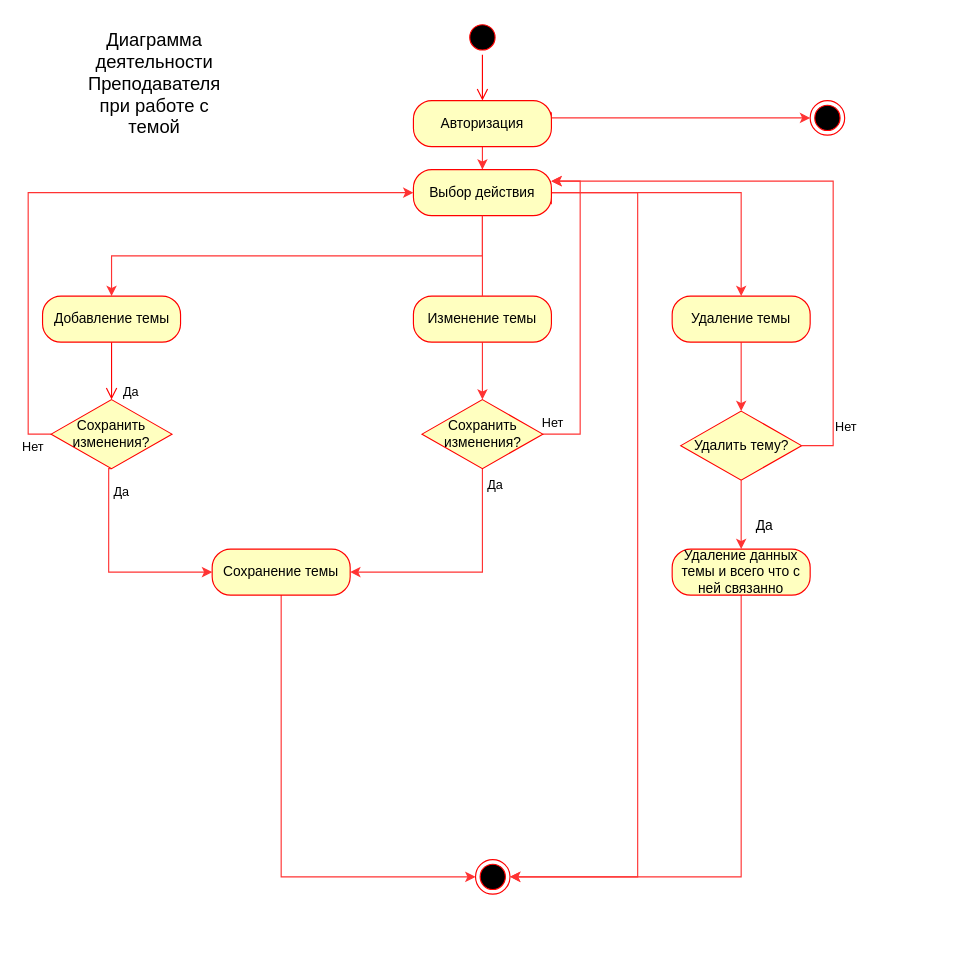
FaridunSalimzoda/myvkr keeps this draw.io diagram as page "Activity topic - Teacher" (9 of 11) of UML.drawio. Above is the earlier version. Source tidied: cells renumbered, new cells numbered last; positions are measured from the earlier drawing's top-left corner, leaving out a move shared by most shapes. Both pictures are drawn from the tidied source at 115%, with x=0, y=0 at pixel (41, 20).
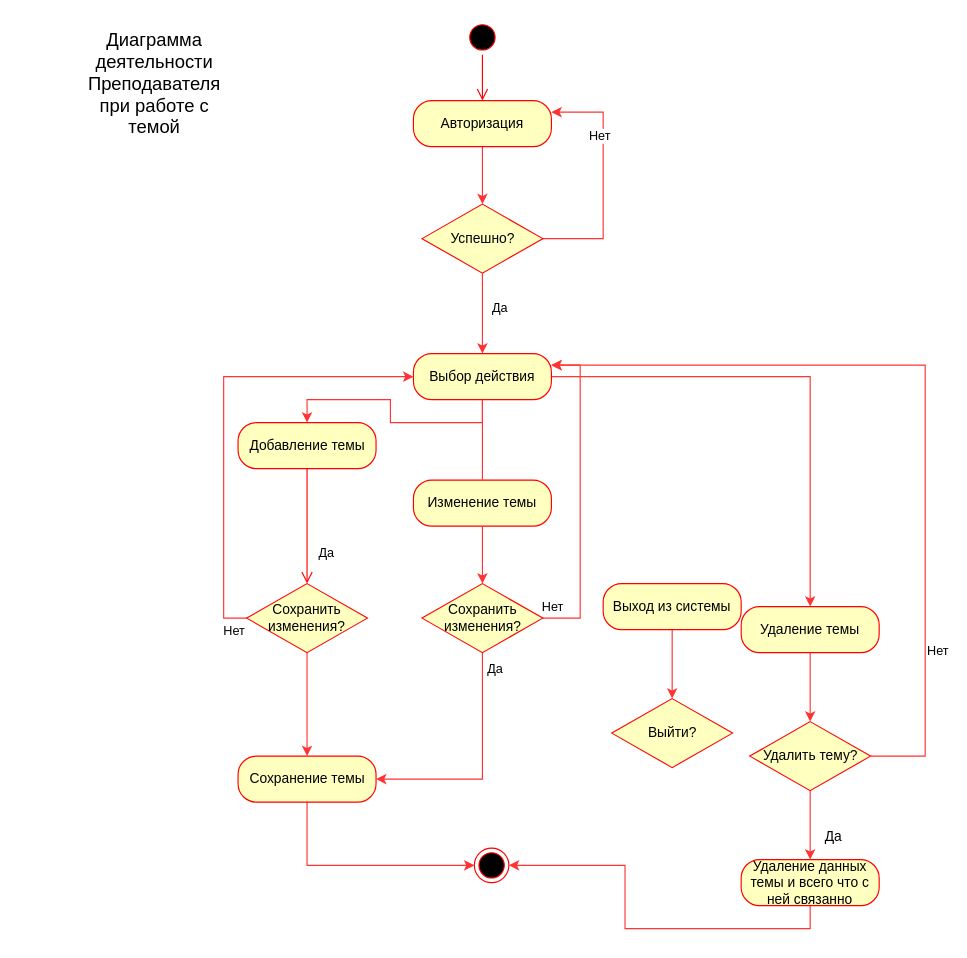
The same diagram, later.

Unchanged cells that the change refers to:
```xml
<mxCell id="6" value="Авторизация" style="rounded=1;whiteSpace=wrap;html=1;arcSize=40;fontColor=#000000;fillColor=#ffffc0;strokeColor=#ff0000;" parent="1" vertex="1">
  <mxGeometry x="323" y="70" width="120" height="40" as="geometry" />
</mxCell>
```

What changed in the source:
```diff
@@
-    <mxCell id="4" style="edgeStyle=orthogonalEdgeStyle;rounded=0;jettySize=auto;html=1;exitX=0.5;exitY=1;exitDx=0;exitDy=0;strokeColor=#FF3333;" parent="1" edge="1" source="6" target="11">
+    <mxCell id="4" style="edgeStyle=orthogonalEdgeStyle;rounded=0;jettySize=auto;html=1;exitX=0.5;exitY=1;exitDx=0;exitDy=0;strokeColor=#FF3333;entryX=0.5;entryY=0;entryDx=0;entryDy=0;" parent="1" edge="1" source="6" target="43">
       <mxGeometry relative="1" as="geometry" />
     </mxCell>
-    <mxCell id="5" style="edgeStyle=orthogonalEdgeStyle;rounded=0;jettySize=auto;html=1;exitX=1;exitY=0.25;exitDx=0;exitDy=0;entryX=0;entryY=0.5;entryDx=0;entryDy=0;strokeColor=#FF3333;" parent="1" edge="1" source="6" target="20">
-      <mxGeometry relative="1" as="geometry">
-        <Array as="points">
-          <mxPoint x="443" y="85" />
-        </Array>
-      </mxGeometry>
-    </mxCell>
@@
     <mxCell id="8" style="edgeStyle=orthogonalEdgeStyle;rounded=0;jettySize=auto;html=1;strokeColor=#FF3333;startArrow=none;" parent="1" edge="1" source="39">
       <mxGeometry relative="1" as="geometry">
-        <mxPoint x="388" y="250" as="targetPoint" />
+        <mxPoint x="388" y="410" as="targetPoint" />
         <Array as="points">
-          <mxPoint x="383" y="250" />
+          <mxPoint x="383" y="410" />
         </Array>
       </mxGeometry>
     </mxCell>
@@
-    <mxCell id="10" style="edgeStyle=orthogonalEdgeStyle;rounded=0;jettySize=auto;html=1;exitX=1;exitY=0.75;exitDx=0;exitDy=0;entryX=1;entryY=0.5;entryDx=0;entryDy=0;strokeColor=#FF3333;" parent="1" edge="1" source="11" target="13">
-      <mxGeometry relative="1" as="geometry">
-        <Array as="points">
-          <mxPoint x="443" y="150" />
-          <mxPoint x="518" y="150" />
-          <mxPoint x="518" y="745" />
-        </Array>
-      </mxGeometry>
-    </mxCell>
     <mxCell id="11" value="Выбор действия" style="rounded=1;whiteSpace=wrap;html=1;arcSize=40;fontColor=#000000;fillColor=#ffffc0;strokeColor=#ff0000;" parent="1" vertex="1">
-      <mxGeometry x="323" y="130" width="120" height="40" as="geometry" />
+      <mxGeometry x="323" y="290" width="120" height="40" as="geometry" />
     </mxCell>
@@
     <mxCell id="13" style="ellipse;html=1;shape=endState;fillColor=#000000;strokeColor=#ff0000;" parent="1" vertex="1">
-      <mxGeometry x="377" y="730" width="30" height="30" as="geometry" />
+      <mxGeometry x="376" y="720" width="30" height="30" as="geometry" />
     </mxCell>
@@
-    <mxCell id="15" style="edgeStyle=orthogonalEdgeStyle;rounded=0;jettySize=auto;html=1;exitX=0.5;exitY=1;exitDx=0;exitDy=0;strokeColor=#FF3333;entryX=0;entryY=0.5;entryDx=0;entryDy=0;" parent="1" edge="1" source="19" target="23">
-      <mxGeometry relative="1" as="geometry">
-        <Array as="points">
-          <mxPoint x="58" y="390" />
-          <mxPoint x="58" y="480" />
-        </Array>
-      </mxGeometry>
-    </mxCell>
-    <mxCell id="16" value="Да" style="edgeLabel;html=1;align=center;verticalAlign=middle;" parent="15" vertex="1">
-      <mxGeometry x="-0.63" y="-1" relative="1" as="geometry">
-        <mxPoint x="11" y="-12" as="offset" />
-      </mxGeometry>
-    </mxCell>
@@
+    <mxCell id="15" style="edgeStyle=orthogonalEdgeStyle;rounded=0;jettySize=auto;html=1;exitX=0.5;exitY=1;exitDx=0;exitDy=0;strokeColor=#FF3333;" parent="1" edge="1" source="19" target="23">
+      <mxGeometry relative="1" as="geometry" />
+    </mxCell>
     <mxCell id="19" value="Сохранить изменения?" style="rhombus;whiteSpace=wrap;html=1;fillColor=#ffffc0;strokeColor=#ff0000;" parent="1" vertex="1">
-      <mxGeometry x="8" y="330" width="105" height="60" as="geometry" />
+      <mxGeometry x="178" y="490" width="105" height="60" as="geometry" />
     </mxCell>
-    <mxCell id="20" style="ellipse;html=1;shape=endState;fillColor=#000000;strokeColor=#ff0000;" parent="1" vertex="1">
-      <mxGeometry x="668" y="70" width="30" height="30" as="geometry" />
-    </mxCell>
     <mxCell id="21" value="Добавление темы" style="rounded=1;whiteSpace=wrap;html=1;arcSize=40;fontColor=#000000;fillColor=#ffffc0;strokeColor=#ff0000;" parent="1" vertex="1">
-      <mxGeometry x="0.5" y="240" width="120" height="40" as="geometry" />
+      <mxGeometry x="170.5" y="350" width="120" height="40" as="geometry" />
     </mxCell>
@@
     <mxCell id="23" value="Сохранение темы" style="rounded=1;whiteSpace=wrap;html=1;arcSize=40;fontColor=#000000;fillColor=#ffffc0;strokeColor=#ff0000;" parent="1" vertex="1">
-      <mxGeometry x="148" y="460" width="120" height="40" as="geometry" />
+      <mxGeometry x="170.5" y="640" width="120" height="40" as="geometry" />
     </mxCell>
@@
     <mxCell id="25" style="edgeStyle=orthogonalEdgeStyle;rounded=0;jettySize=auto;html=1;exitX=1;exitY=0.5;exitDx=0;exitDy=0;entryX=1;entryY=0.25;entryDx=0;entryDy=0;strokeColor=#FF3333;" parent="1" edge="1" source="29" target="11">
       <mxGeometry relative="1" as="geometry">
         <Array as="points">
-          <mxPoint x="468" y="360" />
-          <mxPoint x="468" y="140" />
+          <mxPoint x="468" y="520" />
+          <mxPoint x="468" y="300" />
         </Array>
       </mxGeometry>
     </mxCell>
@@
     <mxCell id="29" value="Сохранить изменения?" style="rhombus;whiteSpace=wrap;html=1;fillColor=#ffffc0;strokeColor=#ff0000;" parent="1" vertex="1">
-      <mxGeometry x="330.5" y="330" width="105" height="60" as="geometry" />
+      <mxGeometry x="330.5" y="490" width="105" height="60" as="geometry" />
     </mxCell>
@@
     <mxCell id="31" value="Удаление темы" style="rounded=1;whiteSpace=wrap;html=1;arcSize=40;fontColor=#000000;fillColor=#ffffc0;strokeColor=#ff0000;" parent="1" vertex="1">
-      <mxGeometry x="548" y="240" width="120" height="40" as="geometry" />
+      <mxGeometry x="608" y="510" width="120" height="40" as="geometry" />
     </mxCell>
     <mxCell id="32" style="edgeStyle=orthogonalEdgeStyle;rounded=0;jettySize=auto;html=1;exitX=0.5;exitY=1;exitDx=0;exitDy=0;entryX=0.5;entryY=0;entryDx=0;entryDy=0;strokeColor=#FF3333;" parent="1" edge="1" source="33" target="37">
       <mxGeometry relative="1" as="geometry">
         <Array as="points">
-          <mxPoint x="608" y="400" />
-          <mxPoint x="608" y="400" />
+          <mxPoint x="668" y="670" />
+          <mxPoint x="668" y="670" />
         </Array>
       </mxGeometry>
     </mxCell>
     <mxCell id="33" value="Удалить тему?" style="rhombus;whiteSpace=wrap;html=1;fillColor=#ffffc0;strokeColor=#ff0000;" parent="1" vertex="1">
-      <mxGeometry x="555.5" y="340" width="105" height="60" as="geometry" />
+      <mxGeometry x="615.5" y="610" width="105" height="60" as="geometry" />
     </mxCell>
     <mxCell id="34" style="edgeStyle=orthogonalEdgeStyle;rounded=0;jettySize=auto;html=1;exitX=1;exitY=0.5;exitDx=0;exitDy=0;strokeColor=#FF3333;" parent="1" edge="1" source="33">
       <mxGeometry relative="1" as="geometry">
-        <mxPoint x="443" y="140" as="targetPoint" />
+        <mxPoint x="443" y="300" as="targetPoint" />
         <Array as="points">
-          <mxPoint x="688" y="370" />
-          <mxPoint x="688" y="140" />
+          <mxPoint x="768" y="640" />
+          <mxPoint x="768" y="300" />
         </Array>
       </mxGeometry>
     </mxCell>
@@
     <mxCell id="37" value="Удаление данных темы и всего что с ней связанно" style="rounded=1;whiteSpace=wrap;html=1;arcSize=40;fontColor=#000000;fillColor=#ffffc0;strokeColor=#ff0000;" parent="1" vertex="1">
-      <mxGeometry x="548" y="460" width="120" height="40" as="geometry" />
+      <mxGeometry x="608" y="730" width="120" height="40" as="geometry" />
     </mxCell>
     <mxCell id="38" value="Да" style="text;html=1;align=center;verticalAlign=middle;strokeColor=none;" parent="1" vertex="1">
-      <mxGeometry x="613" y="430" width="30" height="20" as="geometry" />
+      <mxGeometry x="673" y="700" width="30" height="20" as="geometry" />
     </mxCell>
     <mxCell id="39" value="Изменение темы" style="rounded=1;whiteSpace=wrap;html=1;arcSize=40;fontColor=#000000;fillColor=#ffffc0;strokeColor=#ff0000;" parent="1" vertex="1">
-      <mxGeometry x="323" y="240" width="120" height="40" as="geometry" />
+      <mxGeometry x="323" y="400" width="120" height="40" as="geometry" />
     </mxCell>
@@
+    <mxCell id="16" value="Да" style="edgeStyle=orthogonalEdgeStyle;rounded=0;jettySize=auto;html=1;strokeColor=#FF3333;exitX=0.5;exitY=1;exitDx=0;exitDy=0;" parent="1" edge="1" source="43" target="11">
+      <mxGeometry x="-0.14" y="15" relative="1" as="geometry">
+        <Array as="points">
+          <mxPoint x="383" y="240" />
+          <mxPoint x="383" y="240" />
+        </Array>
+      </mxGeometry>
+    </mxCell>
+    <mxCell id="41" style="edgeStyle=orthogonalEdgeStyle;rounded=0;jettySize=auto;html=1;exitX=1;exitY=0.5;exitDx=0;exitDy=0;entryX=1;entryY=0.25;entryDx=0;entryDy=0;strokeColor=#FF3333;" parent="1" edge="1" source="43" target="6">
+      <mxGeometry relative="1" as="geometry">
+        <Array as="points">
+          <mxPoint x="488" y="190" />
+          <mxPoint x="488" y="80" />
+        </Array>
+      </mxGeometry>
+    </mxCell>
+    <mxCell id="42" value="Нет" style="edgeLabel;html=1;align=center;verticalAlign=middle;" parent="41" vertex="1">
+      <mxGeometry x="0.37" y="4" relative="1" as="geometry" />
+    </mxCell>
+    <mxCell id="43" value="Успешно?" style="rhombus;whiteSpace=wrap;html=1;fillColor=#ffffc0;strokeColor=#ff0000;" parent="1" vertex="1">
+      <mxGeometry x="330.5" y="160" width="105" height="60" as="geometry" />
+    </mxCell>
+    <mxCell id="44" style="edgeStyle=orthogonalEdgeStyle;rounded=0;jettySize=auto;html=1;exitX=0.5;exitY=1;exitDx=0;exitDy=0;entryX=0.5;entryY=0;entryDx=0;entryDy=0;strokeColor=#FF3333;" parent="1" edge="1" source="45" target="46">
+      <mxGeometry relative="1" as="geometry" />
+    </mxCell>
+    <mxCell id="45" value="Выход из системы" style="rounded=1;whiteSpace=wrap;html=1;arcSize=40;fontColor=#000000;fillColor=#ffffc0;strokeColor=#ff0000;" parent="1" vertex="1">
+      <mxGeometry x="488" y="490" width="120" height="40" as="geometry" />
+    </mxCell>
+    <mxCell id="46" value="Выйти?" style="rhombus;whiteSpace=wrap;html=1;fillColor=#ffffc0;strokeColor=#ff0000;" parent="1" vertex="1">
+      <mxGeometry x="495.5" y="590" width="105" height="60" as="geometry" />
+    </mxCell>
```
